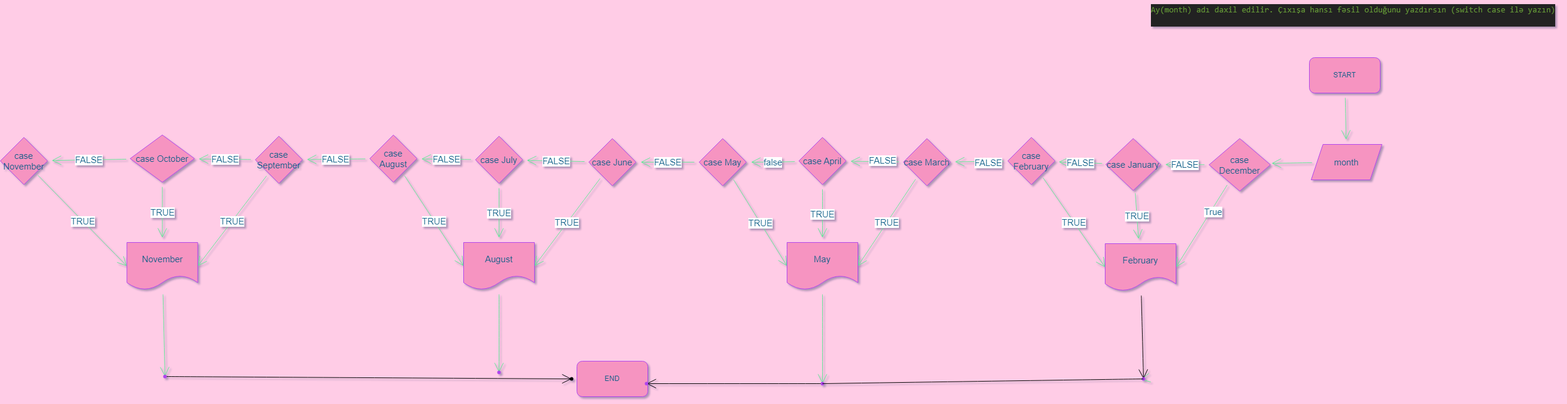
This is task4.png from ibramila/hometask3, a draw.io export, as it was before one commit. Source tidied: cells renumbered, new cells last; positions are measured from the earlier drawing's top-left corner, leaving out a move shared by most shapes.
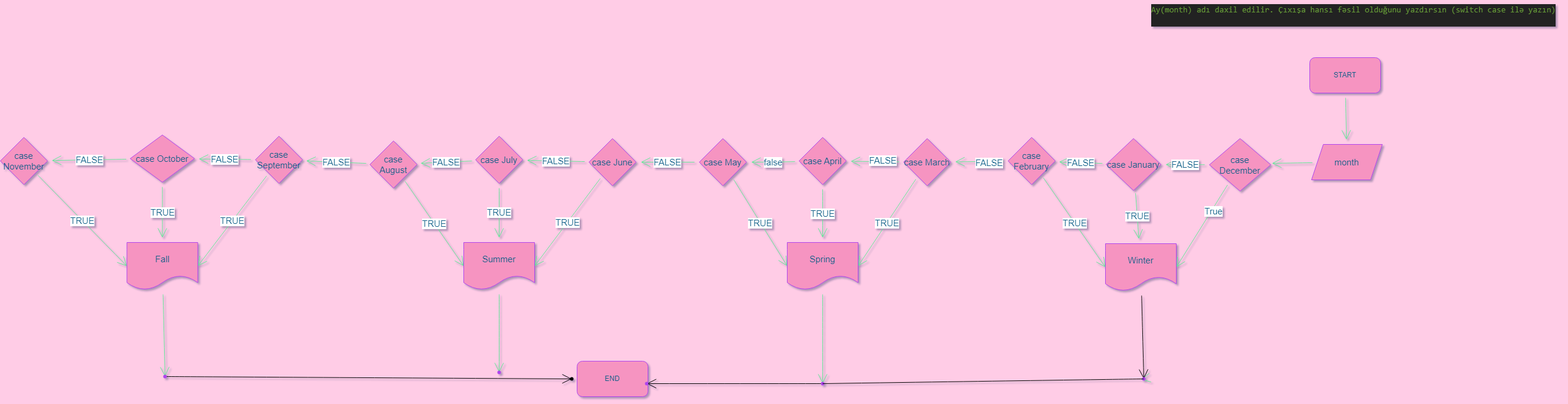
The same file after the commit.

Commit message:
modifying better

Diff of the diagram source:
```diff
@@ -53,7 +53,7 @@
     <mxCell id="16" style="edgeStyle=none;curved=1;rounded=0;jettySize=auto;html=1;endArrow=open;startSize=14;endSize=14;sourcePerimeterSpacing=8;targetPerimeterSpacing=8;" parent="1" edge="1" source="17" target="60">
       <mxGeometry relative="1" as="geometry" />
     </mxCell>
-    <mxCell id="17" value="February" style="shape=document;whiteSpace=wrap;html=1;boundedLbl=1;strokeColor=#AF45ED;fontSize=15;fontColor=#095C86;fillColor=#F694C1;" parent="1" vertex="1">
+    <mxCell id="17" value="Winter" style="shape=document;whiteSpace=wrap;html=1;boundedLbl=1;strokeColor=#AF45ED;fontSize=15;fontColor=#095C86;fillColor=#F694C1;" parent="1" vertex="1">
       <mxGeometry x="1872" y="412" width="120" height="80" as="geometry" />
     </mxCell>
     <mxCell id="18" style="edgeStyle=none;curved=1;rounded=0;jettySize=auto;html=1;strokeColor=#60E696;fontSize=15;fontColor=#095C86;endArrow=open;startSize=14;endSize=14;sourcePerimeterSpacing=8;targetPerimeterSpacing=8;fillColor=#F694C1;" parent="1" edge="1" source="21" target="25">
@@ -127,7 +127,7 @@
       <mxGeometry relative="1" as="geometry" />
     </mxCell>
     <mxCell id="40" value="case August" style="rhombus;whiteSpace=wrap;html=1;strokeColor=#AF45ED;fontSize=15;fontColor=#095C86;fillColor=#F694C1;" parent="1" vertex="1">
-      <mxGeometry x="626" y="228" width="80" height="80" as="geometry" />
+      <mxGeometry x="626" y="238" width="80" height="80" as="geometry" />
     </mxCell>
     <mxCell id="41" value="FALSE" style="edgeStyle=none;curved=1;rounded=0;jettySize=auto;html=1;strokeColor=#60E696;fontSize=15;fontColor=#095C86;endArrow=open;startSize=14;endSize=14;sourcePerimeterSpacing=8;targetPerimeterSpacing=8;fillColor=#F694C1;" parent="1" edge="1" source="43" target="46">
       <mxGeometry relative="1" as="geometry" />
@@ -156,19 +156,19 @@
     <mxCell id="49" style="edgeStyle=none;curved=1;rounded=0;jettySize=auto;html=1;strokeColor=#60E696;fontSize=15;fontColor=#095C86;endArrow=open;startSize=14;endSize=14;sourcePerimeterSpacing=8;targetPerimeterSpacing=8;fillColor=#F694C1;" parent="1" edge="1" source="50" target="56">
       <mxGeometry relative="1" as="geometry" />
     </mxCell>
-    <mxCell id="50" value="November" style="shape=document;whiteSpace=wrap;html=1;boundedLbl=1;strokeColor=#AF45ED;fontSize=15;fontColor=#095C86;fillColor=#F694C1;" parent="1" vertex="1">
+    <mxCell id="50" value="Fall" style="shape=document;whiteSpace=wrap;html=1;boundedLbl=1;strokeColor=#AF45ED;fontSize=15;fontColor=#095C86;fillColor=#F694C1;" parent="1" vertex="1">
       <mxGeometry x="214.5" y="410" width="120" height="80" as="geometry" />
     </mxCell>
     <mxCell id="51" style="edgeStyle=none;curved=1;rounded=0;jettySize=auto;html=1;strokeColor=#60E696;fontSize=15;fontColor=#095C86;endArrow=open;startSize=14;endSize=14;sourcePerimeterSpacing=8;targetPerimeterSpacing=8;fillColor=#F694C1;" parent="1" edge="1" source="52" target="57">
       <mxGeometry relative="1" as="geometry" />
     </mxCell>
-    <mxCell id="52" value="August" style="shape=document;whiteSpace=wrap;html=1;boundedLbl=1;strokeColor=#AF45ED;fontSize=15;fontColor=#095C86;fillColor=#F694C1;" parent="1" vertex="1">
+    <mxCell id="52" value="Summer" style="shape=document;whiteSpace=wrap;html=1;boundedLbl=1;strokeColor=#AF45ED;fontSize=15;fontColor=#095C86;fillColor=#F694C1;" parent="1" vertex="1">
       <mxGeometry x="785" y="410" width="120" height="80" as="geometry" />
     </mxCell>
     <mxCell id="53" style="edgeStyle=none;curved=1;rounded=0;jettySize=auto;html=1;strokeColor=#60E696;fontSize=15;fontColor=#095C86;endArrow=open;startSize=14;endSize=14;sourcePerimeterSpacing=8;targetPerimeterSpacing=8;fillColor=#F694C1;" parent="1" edge="1" source="54" target="62">
       <mxGeometry relative="1" as="geometry" />
     </mxCell>
-    <mxCell id="54" value="May" style="shape=document;whiteSpace=wrap;html=1;boundedLbl=1;strokeColor=#AF45ED;fontSize=15;fontColor=#095C86;fillColor=#F694C1;" parent="1" vertex="1">
+    <mxCell id="54" value="Spring" style="shape=document;whiteSpace=wrap;html=1;boundedLbl=1;strokeColor=#AF45ED;fontSize=15;fontColor=#095C86;fillColor=#F694C1;" parent="1" vertex="1">
       <mxGeometry x="1333" y="410" width="120" height="80" as="geometry" />
     </mxCell>
     <mxCell id="55" style="edgeStyle=none;curved=1;rounded=0;jettySize=auto;html=1;endArrow=open;startSize=14;endSize=14;sourcePerimeterSpacing=8;targetPerimeterSpacing=8;" parent="1" edge="1" source="56" target="58">
```
